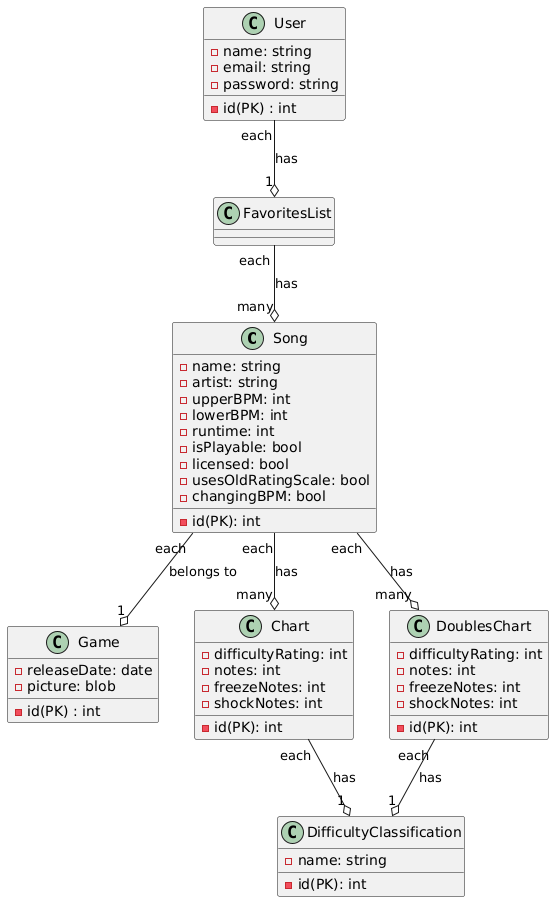
Earlier version of the PlantUML export pictures/umlchart.png (Patresia-A/final-project-plankton-paranoia).
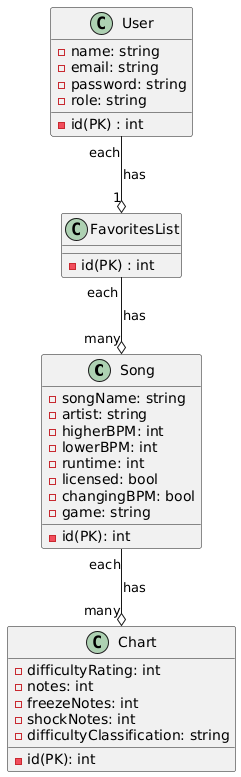
After the change.

Commit message:
update class UML

Change to the diagram source:
```diff
@@ -1,38 +1,23 @@
 @startuml
 class Song{
-    - name: string
+    - songName: string
     - artist: string
-    - upperBPM: int
+    - higherBPM: int
     - lowerBPM: int
     - id(PK): int
     - runtime: int
-    - isPlayable: bool
     - licensed: bool
-    - usesOldRatingScale: bool
     - changingBPM: bool
+    - game: string
 }
-class Game{
-    - id(PK) : int
-    - releaseDate: date
-    - picture: blob
-}
+
 class Chart{
     - id(PK): int
     - difficultyRating: int
     - notes: int
     - freezeNotes: int
     - shockNotes: int
-}
-class DoublesChart{
-    - id(PK): int
-    - difficultyRating: int
-    - notes: int
-    - freezeNotes: int
-    - shockNotes: int
-}
-class DifficultyClassification{
-    - name: string
-    - id(PK): int
+    - difficultyClassification: string
 }
 
 class User{
@@ -40,14 +25,12 @@
     - name: string
     - email: string
     - password: string
+    - role: string
 }
 class FavoritesList{
+    -id(PK) : int
 }
 User "each" --o "1" FavoritesList : has
 FavoritesList "each" --o "many" Song: has
-Chart "each" --o  "1" DifficultyClassification : has
-DoublesChart "each" --o  "1" DifficultyClassification : has
 Song "each" --o  "many" Chart : has
-Song "each" --o  "many" DoublesChart : has
-Song "each" --o  "1" Game : belongs to
 @enduml
```
